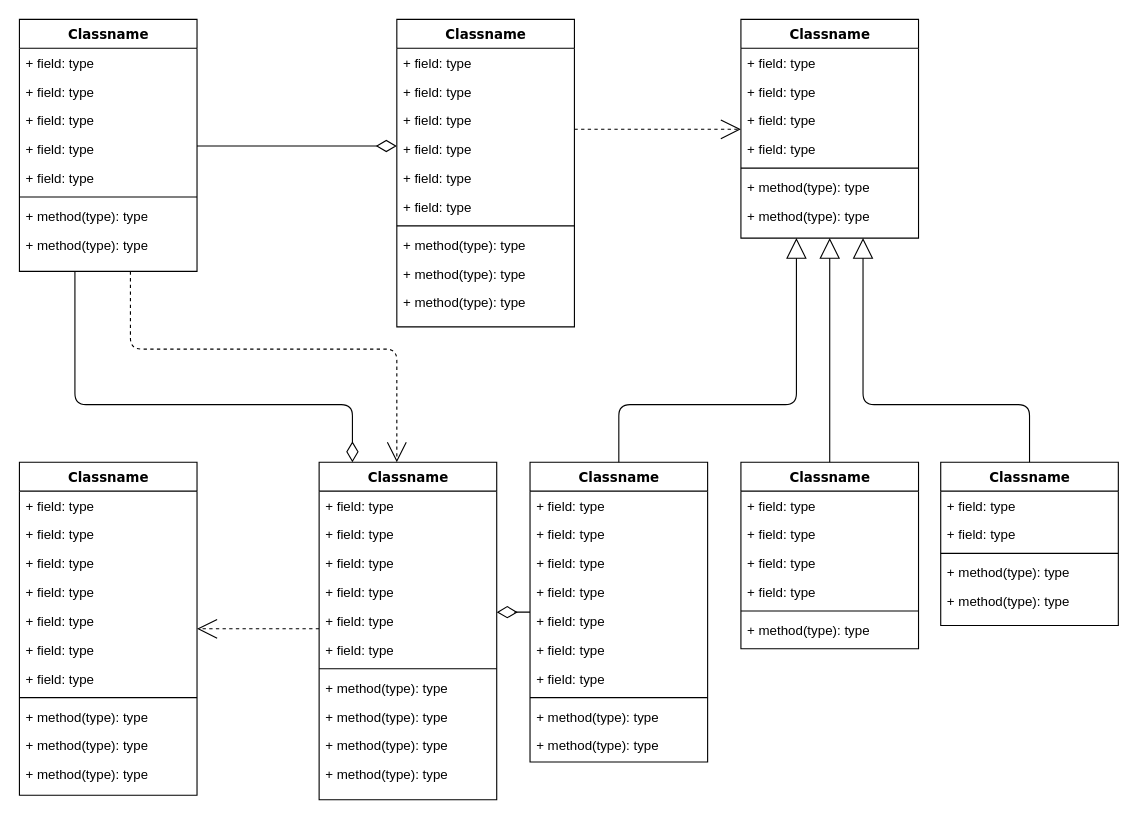
MarkusvonStaden/blackboard2api keeps this draw.io diagram as Untitled Diagram.drawio. Above is the earlier version. Source tidied: cells renumbered, new cells numbered last; positions are measured from the earlier drawing's top-left corner, leaving out a move shared by most shapes. Both pictures are drawn from the tidied source at 111%, with x=0, y=0 at pixel (19, 19).
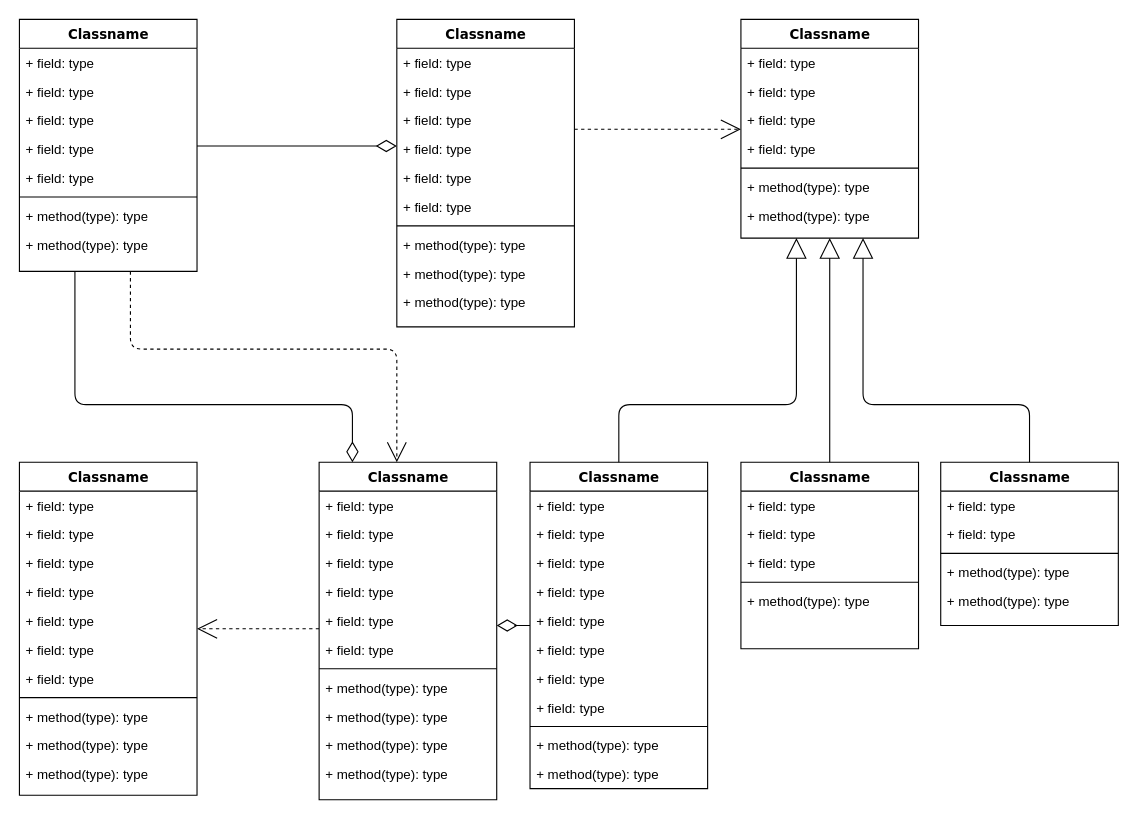
The same diagram, later.

Commit message:
name should be: BlackboardUML.drawio

Unchanged cells that the change refers to:
```xml
<mxCell id="72" value="Classname" style="swimlane;html=1;fontStyle=1;align=center;verticalAlign=top;horizontal=1;startSize=26;swimlaneFillColor=#ffffff;rounded=0;shadow=0;comic=0;labelBackgroundColor=none;strokeWidth=1;fillColor=none;fontFamily=Verdana;fontSize=12;" parent="1" vertex="1">
  <mxGeometry x="650" y="399" width="160" height="168" as="geometry" />
</mxCell>
```

What changed in the source:
```diff
@@
     <mxCell id="60" value="Classname" style="swimlane;html=1;fontStyle=1;align=center;verticalAlign=top;horizontal=1;startSize=26;swimlaneFillColor=#ffffff;rounded=0;shadow=0;comic=0;labelBackgroundColor=none;strokeWidth=1;fillColor=none;fontFamily=Verdana;fontSize=12;" parent="1" vertex="1">
-      <mxGeometry x="460" y="399" width="160" height="270" as="geometry" />
+      <mxGeometry x="460" y="399" width="160" height="294" as="geometry" />
     </mxCell>
@@
+    <mxCell id="73" value="+ field: type" style="text;html=1;strokeColor=none;fillColor=none;align=left;verticalAlign=top;spacingLeft=4;spacingRight=4;whiteSpace=wrap;overflow=hidden;" parent="60" vertex="1">
+      <mxGeometry y="52" width="160" height="26" as="geometry" />
+    </mxCell>
     <mxCell id="62" value="+ field: type" style="text;html=1;strokeColor=none;fillColor=none;align=left;verticalAlign=top;spacingLeft=4;spacingRight=4;whiteSpace=wrap;overflow=hidden;" parent="60" vertex="1">
-      <mxGeometry y="52" width="160" height="26" as="geometry" />
+      <mxGeometry y="78" width="160" height="26" as="geometry" />
     </mxCell>
     <mxCell id="63" value="+ field: type" style="text;html=1;strokeColor=none;fillColor=none;align=left;verticalAlign=top;spacingLeft=4;spacingRight=4;whiteSpace=wrap;overflow=hidden;" parent="60" vertex="1">
-      <mxGeometry y="78" width="160" height="26" as="geometry" />
+      <mxGeometry y="104" width="160" height="26" as="geometry" />
     </mxCell>
     <mxCell id="64" value="+ field: type" style="text;html=1;strokeColor=none;fillColor=none;align=left;verticalAlign=top;spacingLeft=4;spacingRight=4;whiteSpace=wrap;overflow=hidden;" parent="60" vertex="1">
-      <mxGeometry y="104" width="160" height="26" as="geometry" />
+      <mxGeometry y="130" width="160" height="26" as="geometry" />
     </mxCell>
     <mxCell id="65" value="+ field: type" style="text;html=1;strokeColor=none;fillColor=none;align=left;verticalAlign=top;spacingLeft=4;spacingRight=4;whiteSpace=wrap;overflow=hidden;" parent="60" vertex="1">
-      <mxGeometry y="130" width="160" height="26" as="geometry" />
+      <mxGeometry y="156" width="160" height="26" as="geometry" />
     </mxCell>
     <mxCell id="66" value="+ field: type" style="text;html=1;strokeColor=none;fillColor=none;align=left;verticalAlign=top;spacingLeft=4;spacingRight=4;whiteSpace=wrap;overflow=hidden;" parent="60" vertex="1">
-      <mxGeometry y="156" width="160" height="26" as="geometry" />
+      <mxGeometry y="182" width="160" height="26" as="geometry" />
     </mxCell>
     <mxCell id="67" value="+ field: type" style="text;html=1;strokeColor=none;fillColor=none;align=left;verticalAlign=top;spacingLeft=4;spacingRight=4;whiteSpace=wrap;overflow=hidden;" parent="60" vertex="1">
-      <mxGeometry y="182" width="160" height="26" as="geometry" />
+      <mxGeometry y="208" width="160" height="26" as="geometry" />
     </mxCell>
     <mxCell id="68" style="line;html=1;strokeWidth=1;fillColor=none;align=left;verticalAlign=middle;spacingTop=-1;spacingLeft=3;spacingRight=3;labelPosition=right;" parent="60" vertex="1">
-      <mxGeometry y="208" width="160" height="8" as="geometry" />
+      <mxGeometry y="234" width="160" height="8" as="geometry" />
     </mxCell>
     <mxCell id="69" value="+ method(type): type" style="text;html=1;strokeColor=none;fillColor=none;align=left;verticalAlign=top;spacingLeft=4;spacingRight=4;whiteSpace=wrap;overflow=hidden;" parent="60" vertex="1">
-      <mxGeometry y="216" width="160" height="26" as="geometry" />
+      <mxGeometry y="242" width="160" height="26" as="geometry" />
     </mxCell>
     <mxCell id="70" value="+ method(type): type" style="text;html=1;strokeColor=none;fillColor=none;align=left;verticalAlign=top;spacingLeft=4;spacingRight=4;whiteSpace=wrap;overflow=hidden;" parent="60" vertex="1">
-      <mxGeometry y="242" width="160" height="26" as="geometry" />
+      <mxGeometry y="268" width="160" height="26" as="geometry" />
     </mxCell>
@@
-    <mxCell id="73" value="+ field: type" style="text;html=1;strokeColor=none;fillColor=none;align=left;verticalAlign=top;spacingLeft=4;spacingRight=4;whiteSpace=wrap;overflow=hidden;" parent="72" vertex="1">
-      <mxGeometry y="26" width="160" height="26" as="geometry" />
-    </mxCell>
     <mxCell id="74" value="+ field: type" style="text;html=1;strokeColor=none;fillColor=none;align=left;verticalAlign=top;spacingLeft=4;spacingRight=4;whiteSpace=wrap;overflow=hidden;" parent="72" vertex="1">
-      <mxGeometry y="52" width="160" height="26" as="geometry" />
+      <mxGeometry y="26" width="160" height="26" as="geometry" />
     </mxCell>
     <mxCell id="75" value="+ field: type" style="text;html=1;strokeColor=none;fillColor=none;align=left;verticalAlign=top;spacingLeft=4;spacingRight=4;whiteSpace=wrap;overflow=hidden;" parent="72" vertex="1">
-      <mxGeometry y="78" width="160" height="26" as="geometry" />
+      <mxGeometry y="52" width="160" height="26" as="geometry" />
     </mxCell>
     <mxCell id="76" value="+ field: type" style="text;html=1;strokeColor=none;fillColor=none;align=left;verticalAlign=top;spacingLeft=4;spacingRight=4;whiteSpace=wrap;overflow=hidden;" parent="72" vertex="1">
-      <mxGeometry y="104" width="160" height="26" as="geometry" />
+      <mxGeometry y="78" width="160" height="26" as="geometry" />
     </mxCell>
     <mxCell id="77" style="line;html=1;strokeWidth=1;fillColor=none;align=left;verticalAlign=middle;spacingTop=-1;spacingLeft=3;spacingRight=3;labelPosition=right;" parent="72" vertex="1">
-      <mxGeometry y="130" width="160" height="8" as="geometry" />
+      <mxGeometry y="104" width="160" height="8" as="geometry" />
     </mxCell>
     <mxCell id="78" value="+ method(type): type" style="text;html=1;strokeColor=none;fillColor=none;align=left;verticalAlign=top;spacingLeft=4;spacingRight=4;whiteSpace=wrap;overflow=hidden;" parent="72" vertex="1">
-      <mxGeometry y="138" width="160" height="26" as="geometry" />
+      <mxGeometry y="112" width="160" height="26" as="geometry" />
     </mxCell>
```
